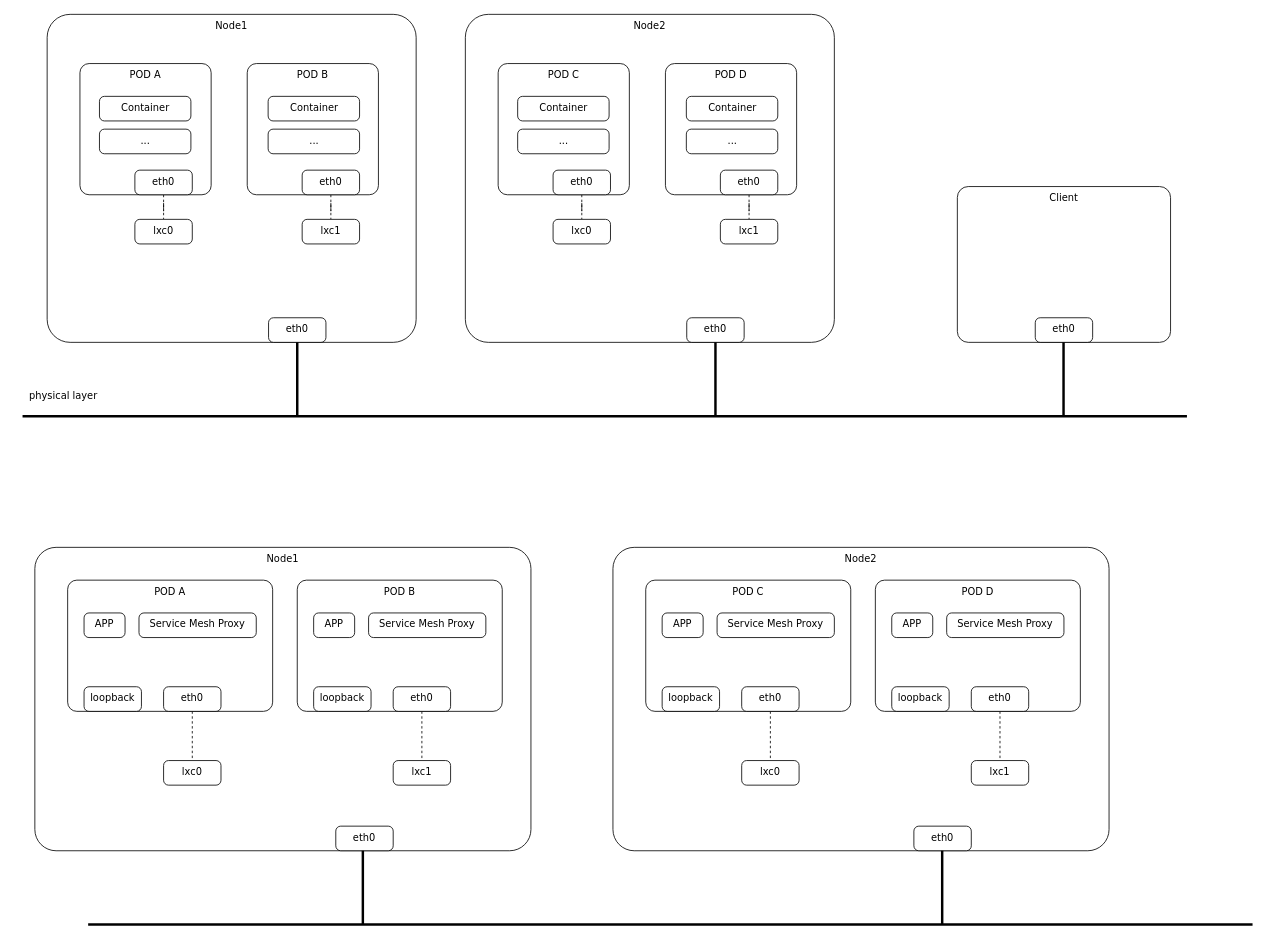
hubblezzhu/frr_learning keeps this draw.io diagram as k8s网络模型.drawio. Above is the earlier version. Source tidied: cells renumbered, new cells numbered last; positions are measured from the earlier drawing's top-left corner, leaving out a move shared by most shapes. Both pictures are drawn from the tidied source at 82%, with x=0, y=0 at pixel (14, 14).
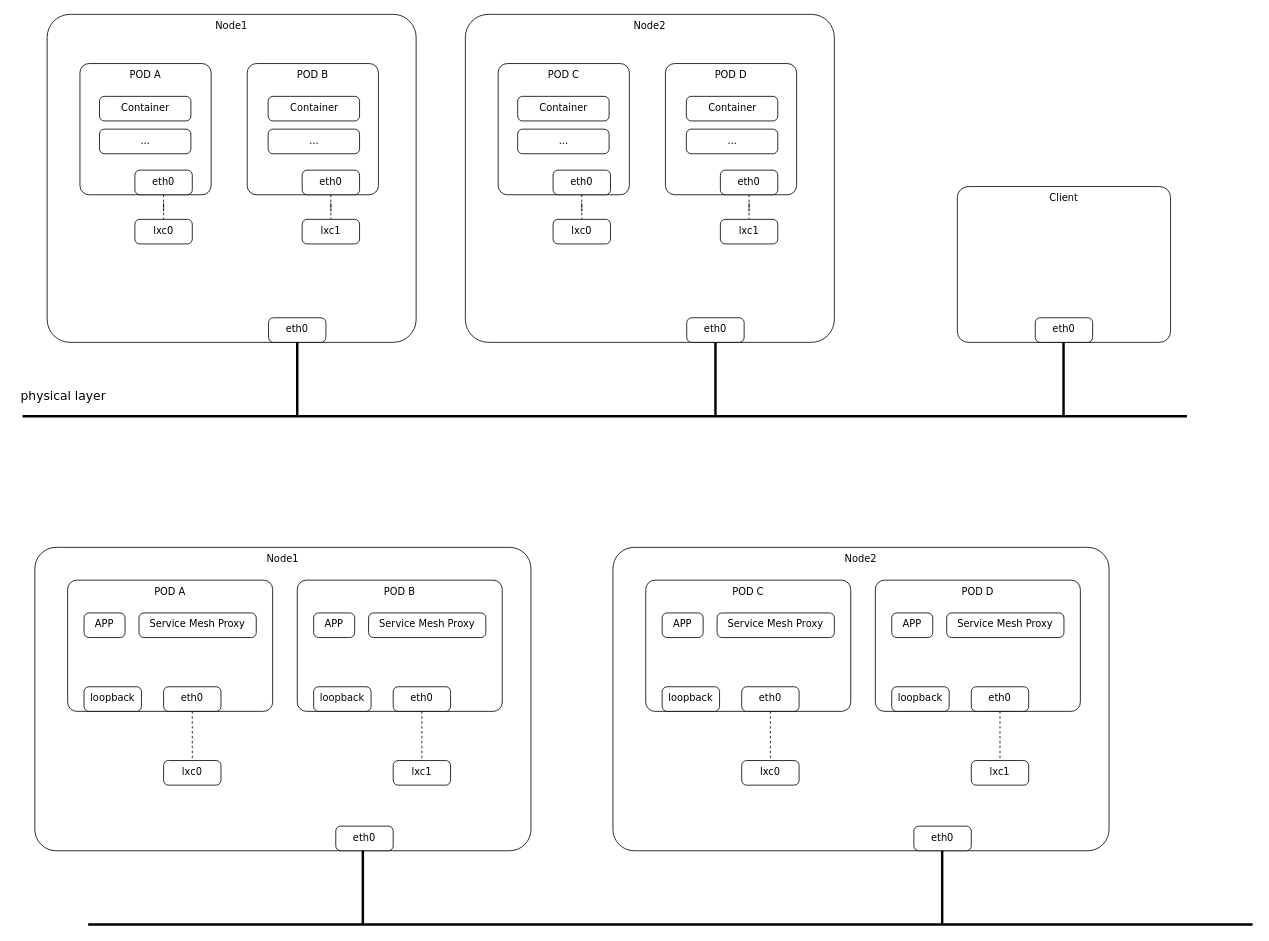
The same page after the edit.

Commit message (it also covers changes not shown here):
更新k8s网络模型.drawio

Change to the diagram source:
```diff
@@
-    <mxCell id="71" value="&lt;font face=&quot;Verdana&quot;&gt;physical layer&lt;/font&gt;" style="text;html=1;strokeColor=none;fillColor=none;align=center;verticalAlign=middle;whiteSpace=wrap;rounded=0;" parent="1" vertex="1">
+    <mxCell id="71" value="&lt;font face=&quot;Verdana&quot; style=&quot;font-size: 15px;&quot;&gt;physical layer&lt;/font&gt;" style="text;html=1;strokeColor=none;fillColor=none;align=center;verticalAlign=middle;whiteSpace=wrap;rounded=0;fontSize=15;" parent="1" vertex="1">
       <mxGeometry y="450" width="120" height="30" as="geometry" />
     </mxCell>
```
